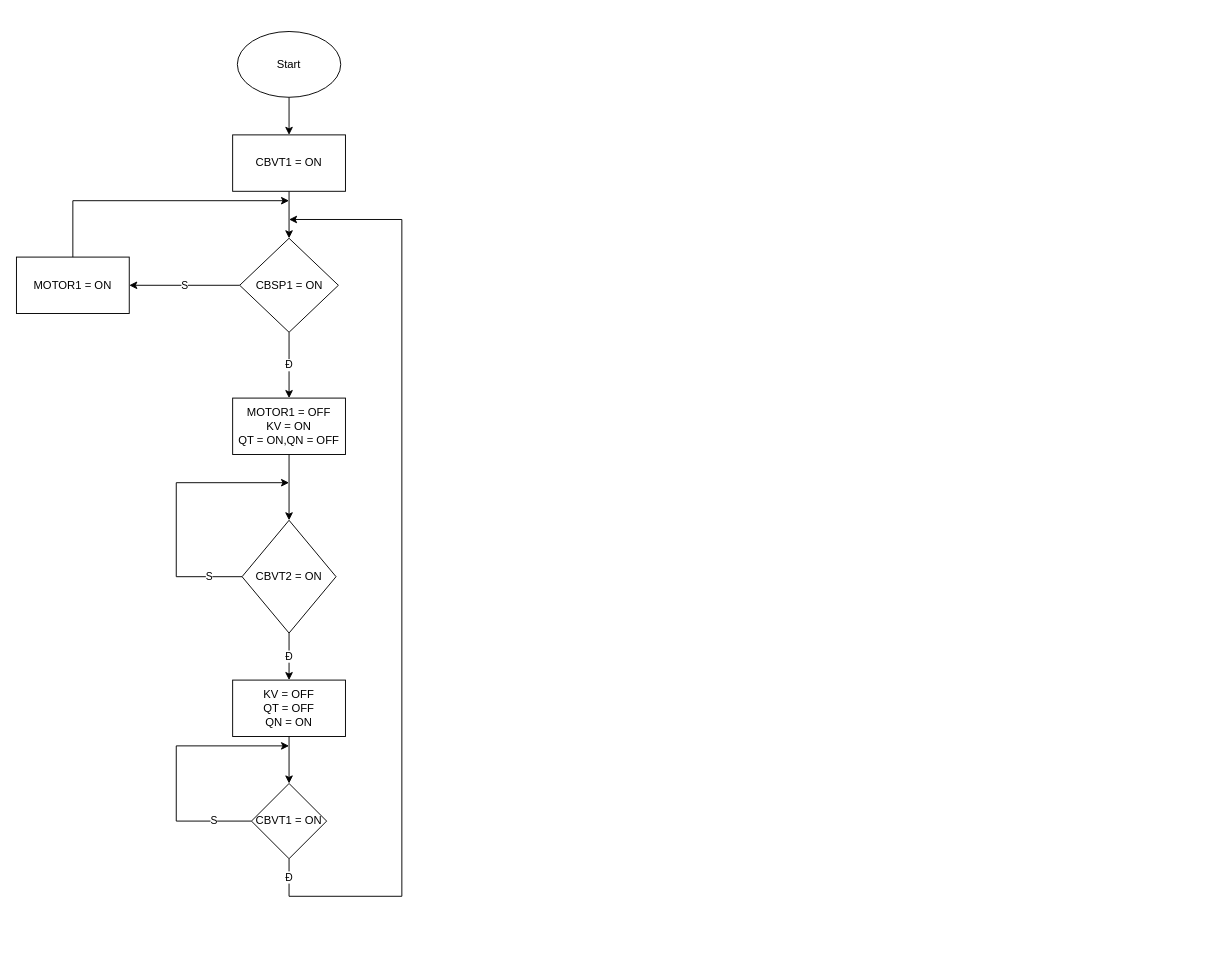
thiendevweb/C-code keeps this draw.io diagram as page "Page-6" (6 of 6) of Untitled Diagram.drawio. Above is the earlier version. Source tidied: cells renumbered, new cells numbered last; positions are measured from the earlier drawing's top-left corner, leaving out a move shared by most shapes. Both pictures are drawn from the tidied source at 94%, with x=0, y=0 at pixel (16, 31).
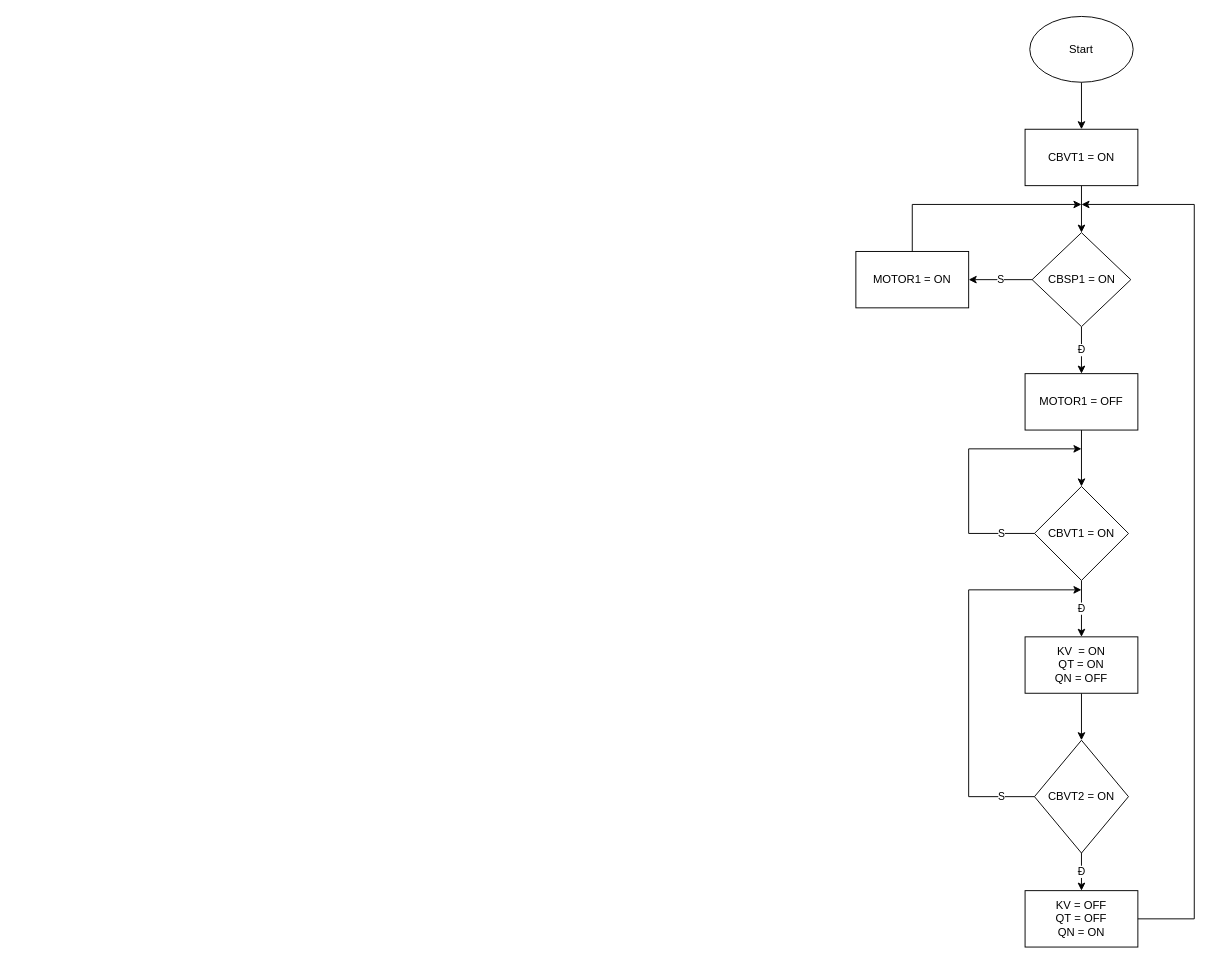
Above is the later version.

Diff of the diagram source:
```diff
@@
     <mxCell id="3" value="Start" style="ellipse;whiteSpace=wrap;html=1;" parent="1" vertex="1">
-      <mxGeometry x="235" width="110" height="70" as="geometry" />
+      <mxGeometry x="1078" y="-16" width="110" height="70" as="geometry" />
     </mxCell>
@@
     <mxCell id="5" value="CBVT1 = ON" style="whiteSpace=wrap;html=1;" parent="1" vertex="1">
-      <mxGeometry x="230" y="110" width="120" height="60" as="geometry" />
+      <mxGeometry x="1073" y="104" width="120" height="60" as="geometry" />
     </mxCell>
-    <mxCell id="6" value="Đ" style="edgeStyle=orthogonalEdgeStyle;rounded=0;jettySize=auto;html=1;" parent="1" edge="1" source="8" target="10">
-      <mxGeometry relative="1" as="geometry" />
-    </mxCell>
@@
+    <mxCell id="29" value="Đ" style="edgeStyle=orthogonalEdgeStyle;rounded=0;jettySize=auto;html=1;" parent="1" edge="1" source="8" target="33">
+      <mxGeometry relative="1" as="geometry" />
+    </mxCell>
     <mxCell id="8" value="CBSP1 = ON" style="rhombus;whiteSpace=wrap;html=1;" parent="1" vertex="1">
-      <mxGeometry x="237.5" y="220" width="105" height="100" as="geometry" />
+      <mxGeometry x="1080.5" y="214" width="105" height="100" as="geometry" />
     </mxCell>
-    <mxCell id="9" style="edgeStyle=orthogonalEdgeStyle;rounded=0;jettySize=auto;html=1;" parent="1" edge="1" source="10" target="12">
-      <mxGeometry relative="1" as="geometry" />
-    </mxCell>
-    <mxCell id="10" value="MOTOR1 = OFF&lt;br&gt;KV = ON&lt;br&gt;QT = ON,QN = OFF" style="whiteSpace=wrap;html=1;" parent="1" vertex="1">
-      <mxGeometry x="230" y="390" width="120" height="60" as="geometry" />
-    </mxCell>
+    <mxCell id="18" value="MOTOR1 = ON" style="rounded=0;whiteSpace=wrap;html=1;" parent="1" vertex="1">
+      <mxGeometry x="893" y="234" width="120" height="60" as="geometry" />
+    </mxCell>
+    <mxCell id="30" style="endArrow=none;html=1;rounded=0;exitX=0.5;exitY=0;exitDx=0;exitDy=0;" parent="1" edge="1" source="18">
+      <mxGeometry relative="1" as="geometry">
+        <mxPoint x="953" y="184" as="targetPoint" />
+      </mxGeometry>
+    </mxCell>
+    <mxCell id="31" style="endArrow=classic;html=1;rounded=0;" parent="1" edge="1">
+      <mxGeometry relative="1" as="geometry">
+        <mxPoint x="953" y="184" as="sourcePoint" />
+        <mxPoint x="1133" y="184" as="targetPoint" />
+      </mxGeometry>
+    </mxCell>
+    <mxCell id="32" style="edgeStyle=orthogonalEdgeStyle;rounded=0;jettySize=auto;html=1;" parent="1" edge="1" source="33" target="19">
+      <mxGeometry relative="1" as="geometry" />
+    </mxCell>
+    <mxCell id="33" value="MOTOR1 = OFF" style="whiteSpace=wrap;html=1;" parent="1" vertex="1">
+      <mxGeometry x="1073" y="364" width="120" height="60" as="geometry" />
+    </mxCell>
+    <mxCell id="34" value="Đ" style="edgeStyle=orthogonalEdgeStyle;rounded=0;jettySize=auto;html=1;" parent="1" edge="1" source="19" target="36">
+      <mxGeometry relative="1" as="geometry" />
+    </mxCell>
+    <mxCell id="19" value="CBVT1 = ON" style="rhombus;whiteSpace=wrap;html=1;" parent="1" vertex="1">
+      <mxGeometry x="1083" y="484" width="100" height="100" as="geometry" />
+    </mxCell>
+    <mxCell id="35" style="edgeStyle=orthogonalEdgeStyle;rounded=0;jettySize=auto;html=1;" parent="1" edge="1" source="36" target="12">
+      <mxGeometry relative="1" as="geometry" />
+    </mxCell>
+    <mxCell id="36" value="KV&amp;nbsp; = ON&lt;br&gt;QT = ON&lt;br&gt;QN = OFF" style="whiteSpace=wrap;html=1;" parent="1" vertex="1">
+      <mxGeometry x="1073" y="644" width="120" height="60" as="geometry" />
+    </mxCell>
+    <mxCell id="37" value="S" style="endArrow=none;html=1;rounded=0;exitX=0;exitY=0.5;exitDx=0;exitDy=0;" parent="1" edge="1" source="19">
+      <mxGeometry relative="1" as="geometry">
+        <mxPoint x="1013" y="534" as="targetPoint" />
+      </mxGeometry>
+    </mxCell>
+    <mxCell id="38" style="endArrow=none;html=1;rounded=0;" parent="1" edge="1">
+      <mxGeometry relative="1" as="geometry">
+        <mxPoint x="1013" y="534" as="sourcePoint" />
+        <mxPoint x="1013" y="444" as="targetPoint" />
+      </mxGeometry>
+    </mxCell>
+    <mxCell id="39" style="endArrow=classic;html=1;rounded=0;" parent="1" edge="1">
+      <mxGeometry relative="1" as="geometry">
+        <mxPoint x="1013" y="444" as="sourcePoint" />
+        <mxPoint x="1133" y="444" as="targetPoint" />
+      </mxGeometry>
+    </mxCell>
@@
     <mxCell id="12" value="CBVT2 = ON" style="rhombus;whiteSpace=wrap;html=1;" parent="1" vertex="1">
-      <mxGeometry x="240" y="520" width="100" height="120" as="geometry" />
+      <mxGeometry x="1083" y="754" width="100" height="120" as="geometry" />
     </mxCell>
-    <mxCell id="13" style="edgeStyle=orthogonalEdgeStyle;rounded=0;jettySize=auto;html=1;" parent="1" edge="1" source="14" target="19">
-      <mxGeometry relative="1" as="geometry" />
-    </mxCell>
+    <mxCell id="40" value="S" style="endArrow=none;html=1;rounded=0;entryX=0;entryY=0.5;entryDx=0;entryDy=0;" parent="1" edge="1" target="12">
+      <mxGeometry relative="1" as="geometry">
+        <mxPoint x="1013" y="814" as="sourcePoint" />
+      </mxGeometry>
+    </mxCell>
+    <mxCell id="41" style="endArrow=none;html=1;rounded=0;" parent="1" edge="1">
+      <mxGeometry relative="1" as="geometry">
+        <mxPoint x="1013" y="814" as="sourcePoint" />
+        <mxPoint x="1013" y="594" as="targetPoint" />
+      </mxGeometry>
+    </mxCell>
+    <mxCell id="42" style="endArrow=classic;html=1;rounded=0;" parent="1" edge="1">
+      <mxGeometry relative="1" as="geometry">
+        <mxPoint x="1013" y="594" as="sourcePoint" />
+        <mxPoint x="1133" y="594" as="targetPoint" />
+      </mxGeometry>
+    </mxCell>
     <mxCell id="14" value="KV = OFF&lt;br&gt;QT = OFF&lt;br&gt;QN = ON" style="whiteSpace=wrap;html=1;" parent="1" vertex="1">
-      <mxGeometry x="230" y="690" width="120" height="60" as="geometry" />
+      <mxGeometry x="1073" y="914" width="120" height="60" as="geometry" />
     </mxCell>
-    <mxCell id="15" value="S" style="endArrow=none;html=1;rounded=0;entryX=0;entryY=0.5;entryDx=0;entryDy=0;" parent="1" edge="1" target="12">
-      <mxGeometry relative="1" as="geometry">
-        <mxPoint x="170" y="580" as="sourcePoint" />
-      </mxGeometry>
-    </mxCell>
-    <mxCell id="16" style="endArrow=none;html=1;rounded=0;" parent="1" edge="1">
-      <mxGeometry relative="1" as="geometry">
-        <mxPoint x="170" y="580" as="sourcePoint" />
-        <mxPoint x="170" y="480" as="targetPoint" />
-      </mxGeometry>
-    </mxCell>
-    <mxCell id="17" style="endArrow=classic;html=1;rounded=0;" parent="1" edge="1">
-      <mxGeometry relative="1" as="geometry">
-        <mxPoint x="170" y="480" as="sourcePoint" />
-        <mxPoint x="290" y="480" as="targetPoint" />
-      </mxGeometry>
-    </mxCell>
-    <mxCell id="18" value="MOTOR1 = ON" style="rounded=0;whiteSpace=wrap;html=1;" parent="1" vertex="1">
-      <mxGeometry y="240" width="120" height="60" as="geometry" />
-    </mxCell>
-    <mxCell id="19" value="CBVT1 = ON" style="rhombus;whiteSpace=wrap;html=1;" parent="1" vertex="1">
-      <mxGeometry x="250" y="800" width="80" height="80" as="geometry" />
-    </mxCell>
-    <mxCell id="20" value="Đ" style="endArrow=none;html=1;rounded=0;exitX=0.5;exitY=1;exitDx=0;exitDy=0;" parent="1" edge="1" source="19">
-      <mxGeometry relative="1" as="geometry">
-        <mxPoint x="290" y="920" as="targetPoint" />
-      </mxGeometry>
-    </mxCell>
-    <mxCell id="21" style="endArrow=none;html=1;rounded=0;" parent="1" edge="1">
-      <mxGeometry relative="1" as="geometry">
-        <mxPoint x="290" y="920" as="sourcePoint" />
-        <mxPoint x="410" y="920" as="targetPoint" />
-      </mxGeometry>
-    </mxCell>
-    <mxCell id="22" value="S" style="endArrow=none;html=1;rounded=0;entryX=0;entryY=0.5;entryDx=0;entryDy=0;" parent="1" edge="1" target="19">
-      <mxGeometry relative="1" as="geometry">
-        <mxPoint x="170" y="840" as="sourcePoint" />
-      </mxGeometry>
-    </mxCell>
-    <mxCell id="23" style="endArrow=none;html=1;rounded=0;" parent="1" edge="1">
-      <mxGeometry relative="1" as="geometry">
-        <mxPoint x="170" y="840" as="sourcePoint" />
-        <mxPoint x="170" y="760" as="targetPoint" />
-      </mxGeometry>
-    </mxCell>
-    <mxCell id="24" style="endArrow=classic;html=1;rounded=0;" parent="1" edge="1">
-      <mxGeometry relative="1" as="geometry">
-        <mxPoint x="170" y="760" as="sourcePoint" />
-        <mxPoint x="290" y="760" as="targetPoint" />
-      </mxGeometry>
-    </mxCell>
-    <mxCell id="25" style="endArrow=none;html=1;rounded=0;" parent="1" edge="1">
-      <mxGeometry relative="1" as="geometry">
-        <mxPoint x="410" y="920" as="sourcePoint" />
-        <mxPoint x="410" y="200" as="targetPoint" />
-      </mxGeometry>
-    </mxCell>
-    <mxCell id="26" style="endArrow=classic;html=1;rounded=0;" parent="1" edge="1">
-      <mxGeometry relative="1" as="geometry">
-        <mxPoint x="410" y="200" as="sourcePoint" />
-        <mxPoint x="290" y="200" as="targetPoint" />
-      </mxGeometry>
-    </mxCell>
-    <mxCell id="27" style="endArrow=none;html=1;rounded=0;exitX=0.5;exitY=0;exitDx=0;exitDy=0;" parent="1" edge="1" source="18">
-      <mxGeometry relative="1" as="geometry">
-        <mxPoint x="60" y="180" as="targetPoint" />
-      </mxGeometry>
-    </mxCell>
-    <mxCell id="28" style="endArrow=classic;html=1;rounded=0;" parent="1" edge="1">
-      <mxGeometry relative="1" as="geometry">
-        <mxPoint x="60" y="180" as="sourcePoint" />
-        <mxPoint x="290" y="180" as="targetPoint" />
-      </mxGeometry>
-    </mxCell>
+    <mxCell id="43" style="endArrow=none;html=1;rounded=0;exitX=1;exitY=0.5;exitDx=0;exitDy=0;" parent="1" edge="1" source="14">
+      <mxGeometry relative="1" as="geometry">
+        <mxPoint x="1253" y="944" as="targetPoint" />
+      </mxGeometry>
+    </mxCell>
+    <mxCell id="44" style="endArrow=none;html=1;rounded=0;" parent="1" edge="1">
+      <mxGeometry relative="1" as="geometry">
+        <mxPoint x="1253" y="944" as="sourcePoint" />
+        <mxPoint x="1253" y="184" as="targetPoint" />
+      </mxGeometry>
+    </mxCell>
+    <mxCell id="45" style="endArrow=classic;html=1;rounded=0;" parent="1" edge="1">
+      <mxGeometry relative="1" as="geometry">
+        <mxPoint x="1253" y="184" as="sourcePoint" />
+        <mxPoint x="1133" y="184" as="targetPoint" />
+      </mxGeometry>
+    </mxCell>
```
